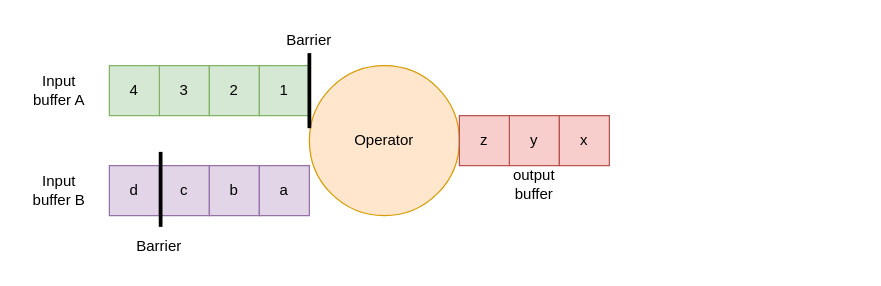
Earlier version of the draw.io diagram imgs/flink/flink_checkpoint_at_least_once.drawio (rainsbaby/notebook). Source tidied: cells renumbered, new cells numbered last; positions are measured from the earlier drawing's top-left corner, leaving out a move shared by most shapes. Both pictures are drawn from the tidied source at 125%, with x=0, y=0 at pixel (21, 21).
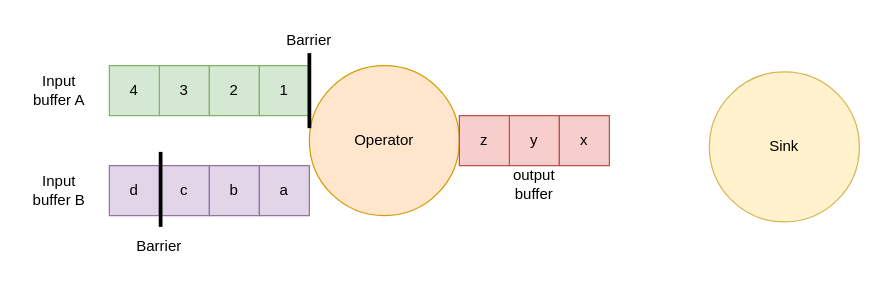
The same diagram, later.

What changed in the source:
```diff
@@
+    <mxCell id="21" value="Sink" style="ellipse;whiteSpace=wrap;html=1;fillColor=#fff2cc;strokeColor=#d6b656;" parent="1" vertex="1">
+      <mxGeometry x="550" y="40" width="120" height="120" as="geometry" />
+    </mxCell>
```
